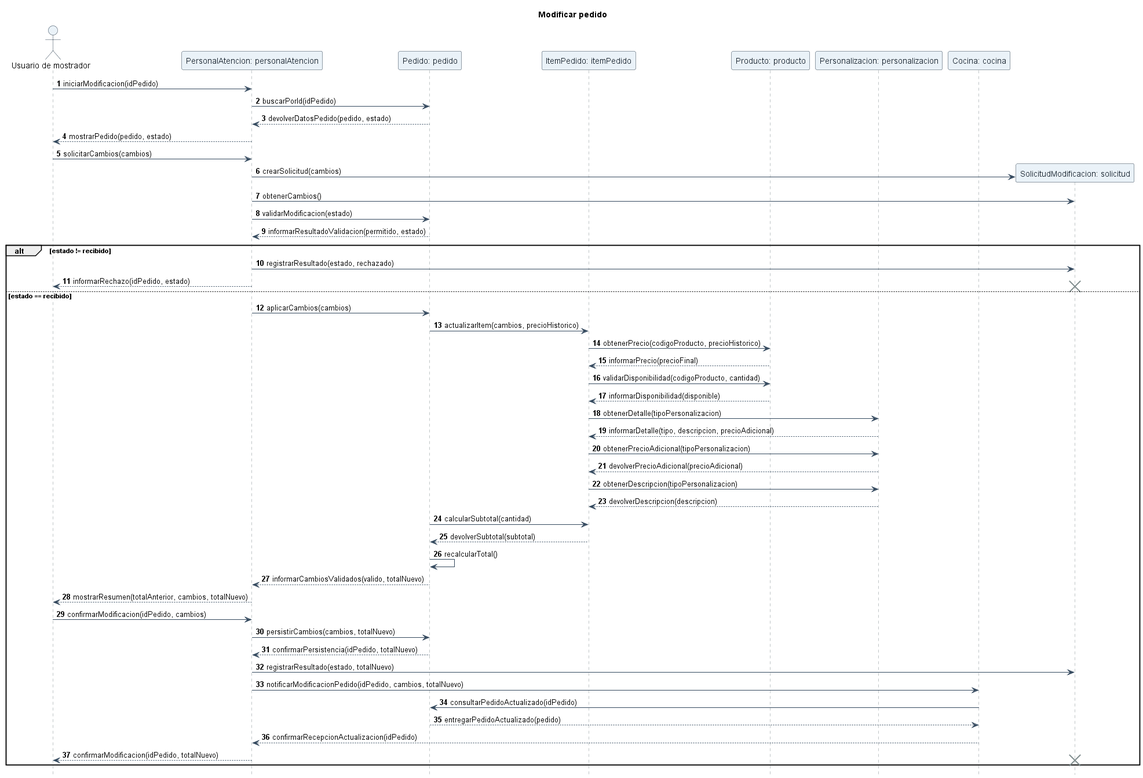
lucasmengarelli3/SistemaPedidos keeps this PlantUML diagram as diagramas/05-diagramas-secuencia/05-secuencia-modificar-pedido-flujo-principal-03.png. Above is the earlier version. The source it was exported from:
```plantuml
@startuml
title Modificar pedido

autonumber
hide footbox
skinparam shadowing false
skinparam sequence {
    ArrowColor #34495E
    LifeLineBorderColor #7F8C8D
    LifeLineBackgroundColor #F8F9F9
    ParticipantBorderColor #2C3E50
    ParticipantBackgroundColor #EAF2F8
    ParticipantFontColor #1B2631
    ActorBorderColor #2C3E50
    ActorBackgroundColor #EAF2F8
    BoxBorderColor #AAB7B8
    BoxBackgroundColor #FDFEFE
}

actor "Usuario de mostrador" as usuario
participant "PersonalAtencion: personalAtencion" as personalAtencion
participant "Pedido: pedido" as pedido
participant "ItemPedido: itemPedido" as itemPedido
participant "Producto: producto" as producto
participant "Personalizacion: personalizacion" as personalizacion
participant "Cocina: cocina" as cocina

usuario -> personalAtencion: iniciarModificacion(idPedido)
personalAtencion -> pedido: buscarPorId(idPedido)
pedido --> personalAtencion: devolverDatosPedido(pedido, estado)
personalAtencion --> usuario: mostrarPedido(pedido, estado)

usuario -> personalAtencion: solicitarCambios(cambios)
create participant "SolicitudModificacion: solicitud" as solicitud
personalAtencion -> solicitud: crearSolicitud(cambios)
personalAtencion -> solicitud: obtenerCambios()
personalAtencion -> pedido: validarModificacion(estado)
pedido --> personalAtencion: informarResultadoValidacion(permitido, estado)

alt estado != recibido
    personalAtencion -> solicitud: registrarResultado(estado, rechazado)
    personalAtencion --> usuario: informarRechazo(idPedido, estado)
    destroy solicitud
else estado == recibido
    personalAtencion -> pedido: aplicarCambios(cambios)
    pedido -> itemPedido: actualizarItem(cambios, precioHistorico)

    itemPedido -> producto: obtenerPrecio(codigoProducto, precioHistorico)
    producto --> itemPedido: informarPrecio(precioFinal)
    itemPedido -> producto: validarDisponibilidad(codigoProducto, cantidad)
    producto --> itemPedido: informarDisponibilidad(disponible)

    itemPedido -> personalizacion: obtenerDetalle(tipoPersonalizacion)
    personalizacion --> itemPedido: informarDetalle(tipo, descripcion, precioAdicional)
    itemPedido -> personalizacion: obtenerPrecioAdicional(tipoPersonalizacion)
    personalizacion --> itemPedido: devolverPrecioAdicional(precioAdicional)
    itemPedido -> personalizacion: obtenerDescripcion(tipoPersonalizacion)
    personalizacion --> itemPedido: devolverDescripcion(descripcion)

    pedido -> itemPedido: calcularSubtotal(cantidad)
    itemPedido --> pedido: devolverSubtotal(subtotal)
    pedido -> pedido: recalcularTotal()
    pedido --> personalAtencion: informarCambiosValidados(valido, totalNuevo)

    personalAtencion --> usuario: mostrarResumen(totalAnterior, cambios, totalNuevo)
    usuario -> personalAtencion: confirmarModificacion(idPedido, cambios)

    personalAtencion -> pedido: persistirCambios(cambios, totalNuevo)
    pedido --> personalAtencion: confirmarPersistencia(idPedido, totalNuevo)
    personalAtencion -> solicitud: registrarResultado(estado, totalNuevo)

    personalAtencion -> cocina: notificarModificacionPedido(idPedido, cambios, totalNuevo)
    cocina -> pedido: consultarPedidoActualizado(idPedido)
    pedido --> cocina: entregarPedidoActualizado(pedido)
    cocina --> personalAtencion: confirmarRecepcionActualizacion(idPedido)

    personalAtencion --> usuario: confirmarModificacion(idPedido, totalNuevo)
    destroy solicitud
end

@enduml
```
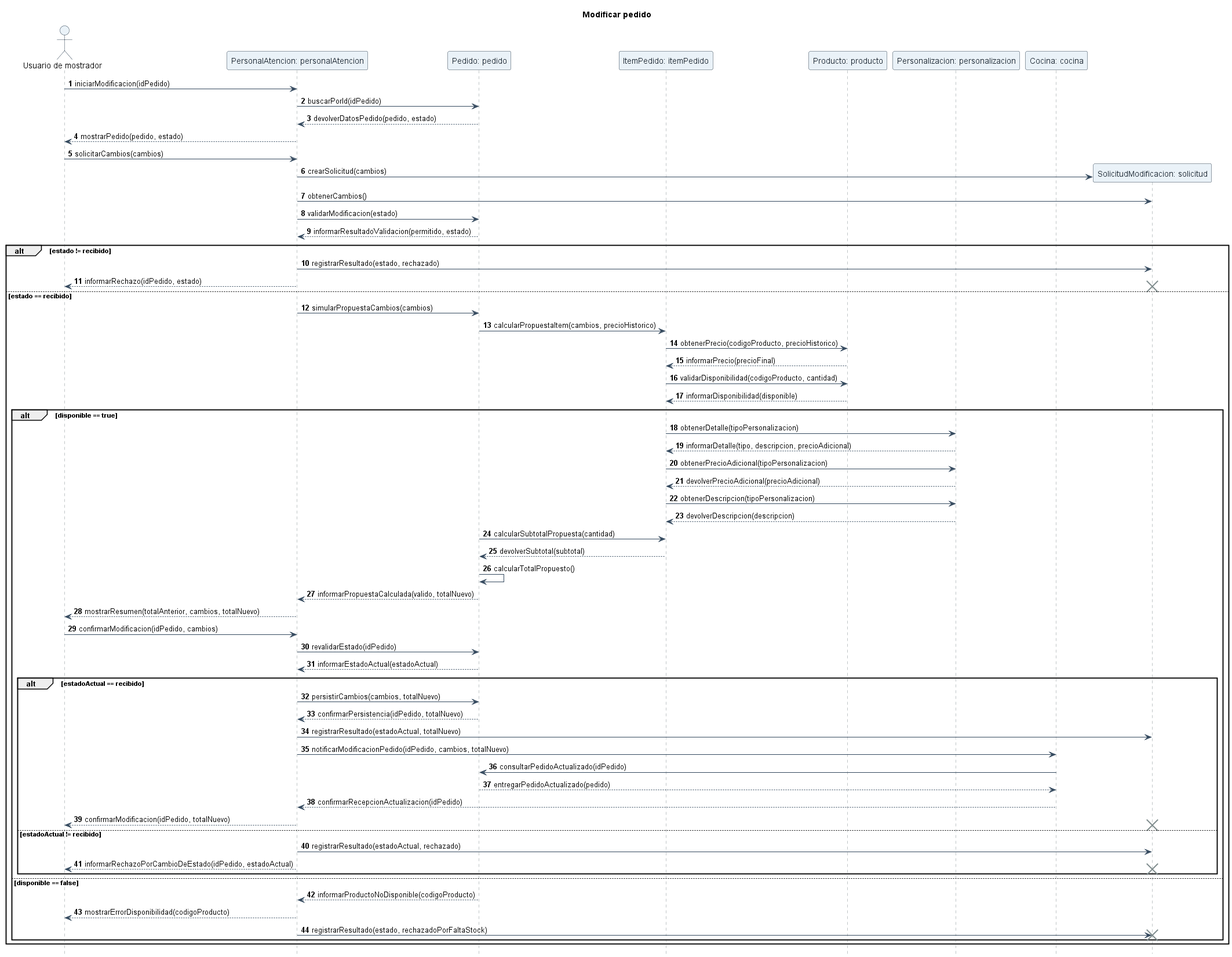
The same diagram one commit later.

What changed in the source:
```diff
@@ -42,40 +42,56 @@
     personalAtencion --> usuario: informarRechazo(idPedido, estado)
     destroy solicitud
 else estado == recibido
-    personalAtencion -> pedido: aplicarCambios(cambios)
-    pedido -> itemPedido: actualizarItem(cambios, precioHistorico)
+    personalAtencion -> pedido: simularPropuestaCambios(cambios)
+    pedido -> itemPedido: calcularPropuestaItem(cambios, precioHistorico)
 
     itemPedido -> producto: obtenerPrecio(codigoProducto, precioHistorico)
     producto --> itemPedido: informarPrecio(precioFinal)
     itemPedido -> producto: validarDisponibilidad(codigoProducto, cantidad)
     producto --> itemPedido: informarDisponibilidad(disponible)
 
-    itemPedido -> personalizacion: obtenerDetalle(tipoPersonalizacion)
-    personalizacion --> itemPedido: informarDetalle(tipo, descripcion, precioAdicional)
-    itemPedido -> personalizacion: obtenerPrecioAdicional(tipoPersonalizacion)
-    personalizacion --> itemPedido: devolverPrecioAdicional(precioAdicional)
-    itemPedido -> personalizacion: obtenerDescripcion(tipoPersonalizacion)
-    personalizacion --> itemPedido: devolverDescripcion(descripcion)
+    alt disponible == true
+        itemPedido -> personalizacion: obtenerDetalle(tipoPersonalizacion)
+        personalizacion --> itemPedido: informarDetalle(tipo, descripcion, precioAdicional)
+        itemPedido -> personalizacion: obtenerPrecioAdicional(tipoPersonalizacion)
+        personalizacion --> itemPedido: devolverPrecioAdicional(precioAdicional)
+        itemPedido -> personalizacion: obtenerDescripcion(tipoPersonalizacion)
+        personalizacion --> itemPedido: devolverDescripcion(descripcion)
 
-    pedido -> itemPedido: calcularSubtotal(cantidad)
-    itemPedido --> pedido: devolverSubtotal(subtotal)
-    pedido -> pedido: recalcularTotal()
-    pedido --> personalAtencion: informarCambiosValidados(valido, totalNuevo)
+        pedido -> itemPedido: calcularSubtotalPropuesta(cantidad)
+        itemPedido --> pedido: devolverSubtotal(subtotal)
+        pedido -> pedido: calcularTotalPropuesto()
+        pedido --> personalAtencion: informarPropuestaCalculada(valido, totalNuevo)
 
-    personalAtencion --> usuario: mostrarResumen(totalAnterior, cambios, totalNuevo)
-    usuario -> personalAtencion: confirmarModificacion(idPedido, cambios)
+        personalAtencion --> usuario: mostrarResumen(totalAnterior, cambios, totalNuevo)
+        usuario -> personalAtencion: confirmarModificacion(idPedido, cambios)
 
-    personalAtencion -> pedido: persistirCambios(cambios, totalNuevo)
-    pedido --> personalAtencion: confirmarPersistencia(idPedido, totalNuevo)
-    personalAtencion -> solicitud: registrarResultado(estado, totalNuevo)
+        personalAtencion -> pedido: revalidarEstado(idPedido)
+        pedido --> personalAtencion: informarEstadoActual(estadoActual)
 
-    personalAtencion -> cocina: notificarModificacionPedido(idPedido, cambios, totalNuevo)
-    cocina -> pedido: consultarPedidoActualizado(idPedido)
-    pedido --> cocina: entregarPedidoActualizado(pedido)
-    cocina --> personalAtencion: confirmarRecepcionActualizacion(idPedido)
+        alt estadoActual == recibido
+            personalAtencion -> pedido: persistirCambios(cambios, totalNuevo)
+            pedido --> personalAtencion: confirmarPersistencia(idPedido, totalNuevo)
+            personalAtencion -> solicitud: registrarResultado(estadoActual, totalNuevo)
 
-    personalAtencion --> usuario: confirmarModificacion(idPedido, totalNuevo)
-    destroy solicitud
+            personalAtencion -> cocina: notificarModificacionPedido(idPedido, cambios, totalNuevo)
+            cocina -> pedido: consultarPedidoActualizado(idPedido)
+            pedido --> cocina: entregarPedidoActualizado(pedido)
+            cocina --> personalAtencion: confirmarRecepcionActualizacion(idPedido)
+
+            personalAtencion --> usuario: confirmarModificacion(idPedido, totalNuevo)
+            destroy solicitud
+        else estadoActual != recibido
+            personalAtencion -> solicitud: registrarResultado(estadoActual, rechazado)
+            personalAtencion --> usuario: informarRechazoPorCambioDeEstado(idPedido, estadoActual)
+            destroy solicitud
+        end
+    else disponible == false
+        pedido --> personalAtencion: informarProductoNoDisponible(codigoProducto)
+        personalAtencion --> usuario: mostrarErrorDisponibilidad(codigoProducto)
+        personalAtencion -> solicitud: registrarResultado(estado, rechazadoPorFaltaStock)
+        destroy solicitud
+    end
 end
 
 @enduml
```
